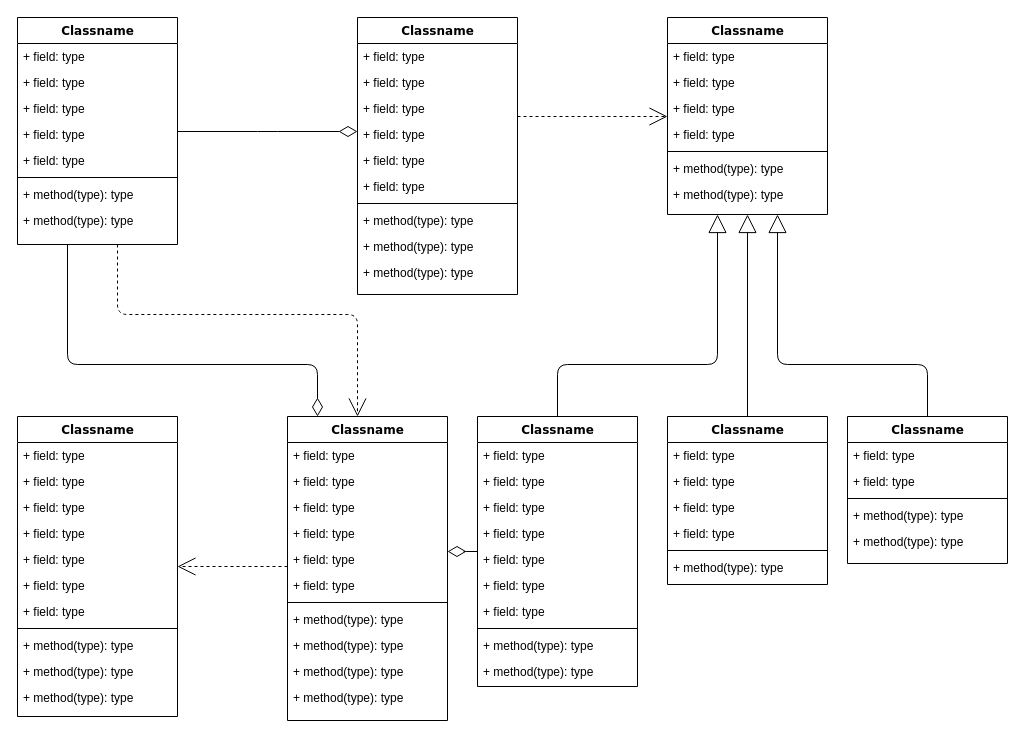
Deboraneves/projeto-thiago keeps this draw.io diagram as Untitled Diagram.drawio. Above is the earlier version. Source tidied: cells renumbered, new cells numbered last; positions are measured from the earlier drawing's top-left corner, leaving out a move shared by most shapes. Both pictures are drawn from the tidied source at 100%, with x=0, y=0 at pixel (17, 17).
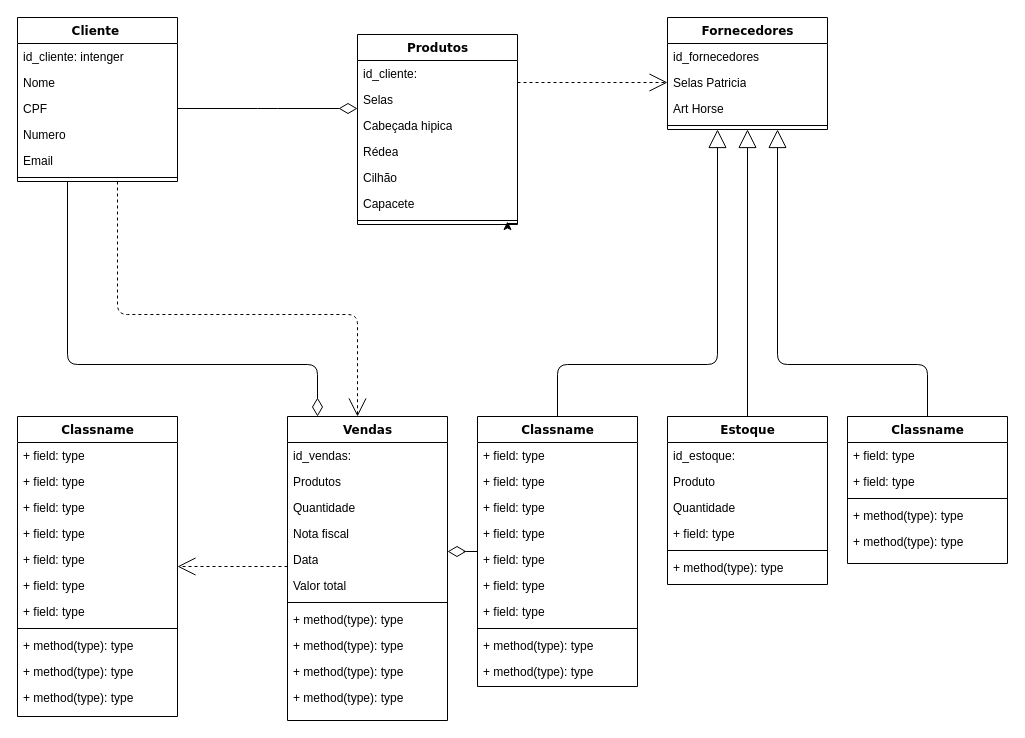
The same page after the edit.

Unchanged cells that the change refers to:
```xml
<mxCell id="21" style="line;html=1;strokeWidth=1;fillColor=none;align=left;verticalAlign=middle;spacingTop=-1;spacingLeft=3;spacingRight=3;labelPosition=right;points=[];portConstraint=eastwest;" parent="14" vertex="1">
  <mxGeometry y="182" width="160" height="8" as="geometry" />
</mxCell>
```

Diff of the diagram source:
```diff
@@
-    <mxCell id="4" value="Classname" style="swimlane;html=1;fontStyle=1;align=center;verticalAlign=top;horizontal=1;startSize=26;swimlaneFillColor=#ffffff;rounded=0;shadow=0;comic=0;labelBackgroundColor=none;strokeWidth=1;fillColor=none;fontFamily=Verdana;fontSize=12;" parent="1" vertex="1">
-      <mxGeometry width="160" height="227" as="geometry" />
+    <mxCell id="4" value="Cliente&amp;nbsp;" style="swimlane;html=1;fontStyle=1;align=center;verticalAlign=top;horizontal=1;startSize=26;swimlaneFillColor=#ffffff;rounded=0;shadow=0;comic=0;labelBackgroundColor=none;strokeWidth=1;fillColor=none;fontFamily=Verdana;fontSize=12;" parent="1" vertex="1">
+      <mxGeometry width="160" height="164" as="geometry" />
     </mxCell>
-    <mxCell id="5" value="+ field: type" style="text;html=1;strokeColor=none;fillColor=none;align=left;verticalAlign=top;spacingLeft=4;spacingRight=4;whiteSpace=wrap;overflow=hidden;" parent="4" vertex="1">
+    <mxCell id="5" value="id_cliente: intenger" style="text;html=1;strokeColor=none;fillColor=none;align=left;verticalAlign=top;spacingLeft=4;spacingRight=4;whiteSpace=wrap;overflow=hidden;" parent="4" vertex="1">
       <mxGeometry y="26" width="160" height="26" as="geometry" />
     </mxCell>
-    <mxCell id="6" value="+ field: type" style="text;html=1;strokeColor=none;fillColor=none;align=left;verticalAlign=top;spacingLeft=4;spacingRight=4;whiteSpace=wrap;overflow=hidden;" parent="4" vertex="1">
+    <mxCell id="6" value="Nome" style="text;html=1;strokeColor=none;fillColor=none;align=left;verticalAlign=top;spacingLeft=4;spacingRight=4;whiteSpace=wrap;overflow=hidden;" parent="4" vertex="1">
       <mxGeometry y="52" width="160" height="26" as="geometry" />
     </mxCell>
-    <mxCell id="7" value="+ field: type" style="text;html=1;strokeColor=none;fillColor=none;align=left;verticalAlign=top;spacingLeft=4;spacingRight=4;whiteSpace=wrap;overflow=hidden;" parent="4" vertex="1">
+    <mxCell id="7" value="CPF" style="text;html=1;strokeColor=none;fillColor=none;align=left;verticalAlign=top;spacingLeft=4;spacingRight=4;whiteSpace=wrap;overflow=hidden;" parent="4" vertex="1">
       <mxGeometry y="78" width="160" height="26" as="geometry" />
     </mxCell>
-    <mxCell id="8" value="+ field: type" style="text;html=1;strokeColor=none;fillColor=none;align=left;verticalAlign=top;spacingLeft=4;spacingRight=4;whiteSpace=wrap;overflow=hidden;" parent="4" vertex="1">
+    <mxCell id="8" value="Numero" style="text;html=1;strokeColor=none;fillColor=none;align=left;verticalAlign=top;spacingLeft=4;spacingRight=4;whiteSpace=wrap;overflow=hidden;" parent="4" vertex="1">
       <mxGeometry y="104" width="160" height="26" as="geometry" />
     </mxCell>
-    <mxCell id="9" value="+ field: type" style="text;html=1;strokeColor=none;fillColor=none;align=left;verticalAlign=top;spacingLeft=4;spacingRight=4;whiteSpace=wrap;overflow=hidden;" parent="4" vertex="1">
+    <mxCell id="9" value="Email" style="text;html=1;strokeColor=none;fillColor=none;align=left;verticalAlign=top;spacingLeft=4;spacingRight=4;whiteSpace=wrap;overflow=hidden;" parent="4" vertex="1">
       <mxGeometry y="130" width="160" height="26" as="geometry" />
     </mxCell>
@@
-    <mxCell id="11" value="+ method(type): type" style="text;html=1;strokeColor=none;fillColor=none;align=left;verticalAlign=top;spacingLeft=4;spacingRight=4;whiteSpace=wrap;overflow=hidden;" parent="4" vertex="1">
-      <mxGeometry y="164" width="160" height="26" as="geometry" />
-    </mxCell>
-    <mxCell id="12" value="+ method(type): type" style="text;html=1;strokeColor=none;fillColor=none;align=left;verticalAlign=top;spacingLeft=4;spacingRight=4;whiteSpace=wrap;overflow=hidden;" parent="4" vertex="1">
-      <mxGeometry y="190" width="160" height="26" as="geometry" />
-    </mxCell>
@@
+    <mxCell id="87" style="edgeStyle=orthogonalEdgeStyle;rounded=0;jettySize=auto;html=1;exitX=0.494;exitY=0.625;exitDx=0;exitDy=0;exitPerimeter=0;" parent="1" edge="1" source="21">
+      <mxGeometry relative="1" as="geometry">
+        <mxPoint x="420" y="197" as="targetPoint" />
+      </mxGeometry>
+    </mxCell>
-    <mxCell id="14" value="Classname" style="swimlane;html=1;fontStyle=1;align=center;verticalAlign=top;horizontal=1;startSize=26;swimlaneFillColor=#ffffff;rounded=0;shadow=0;comic=0;labelBackgroundColor=none;strokeWidth=1;fillColor=none;fontFamily=Verdana;fontSize=12;" parent="1" vertex="1">
-      <mxGeometry x="340" width="160" height="277" as="geometry" />
+    <mxCell id="14" value="Produtos" style="swimlane;html=1;fontStyle=1;align=center;verticalAlign=top;horizontal=1;startSize=26;swimlaneFillColor=#ffffff;rounded=0;shadow=0;comic=0;labelBackgroundColor=none;strokeWidth=1;fillColor=none;fontFamily=Verdana;fontSize=12;" parent="1" vertex="1">
+      <mxGeometry x="340" y="17" width="160" height="190" as="geometry" />
     </mxCell>
-    <mxCell id="15" value="+ field: type" style="text;html=1;strokeColor=none;fillColor=none;align=left;verticalAlign=top;spacingLeft=4;spacingRight=4;whiteSpace=wrap;overflow=hidden;" parent="14" vertex="1">
+    <mxCell id="15" value="id_cliente:&amp;nbsp;" style="text;html=1;strokeColor=none;fillColor=none;align=left;verticalAlign=top;spacingLeft=4;spacingRight=4;whiteSpace=wrap;overflow=hidden;" parent="14" vertex="1">
       <mxGeometry y="26" width="160" height="26" as="geometry" />
     </mxCell>
-    <mxCell id="16" value="+ field: type" style="text;html=1;strokeColor=none;fillColor=none;align=left;verticalAlign=top;spacingLeft=4;spacingRight=4;whiteSpace=wrap;overflow=hidden;" parent="14" vertex="1">
+    <mxCell id="16" value="Selas" style="text;html=1;strokeColor=none;fillColor=none;align=left;verticalAlign=top;spacingLeft=4;spacingRight=4;whiteSpace=wrap;overflow=hidden;" parent="14" vertex="1">
       <mxGeometry y="52" width="160" height="26" as="geometry" />
     </mxCell>
-    <mxCell id="17" value="+ field: type" style="text;html=1;strokeColor=none;fillColor=none;align=left;verticalAlign=top;spacingLeft=4;spacingRight=4;whiteSpace=wrap;overflow=hidden;" parent="14" vertex="1">
+    <mxCell id="17" value="Cabeçada hipica" style="text;html=1;strokeColor=none;fillColor=none;align=left;verticalAlign=top;spacingLeft=4;spacingRight=4;whiteSpace=wrap;overflow=hidden;" parent="14" vertex="1">
       <mxGeometry y="78" width="160" height="26" as="geometry" />
     </mxCell>
-    <mxCell id="18" value="+ field: type" style="text;html=1;strokeColor=none;fillColor=none;align=left;verticalAlign=top;spacingLeft=4;spacingRight=4;whiteSpace=wrap;overflow=hidden;" parent="14" vertex="1">
+    <mxCell id="18" value="Rédea" style="text;html=1;strokeColor=none;fillColor=none;align=left;verticalAlign=top;spacingLeft=4;spacingRight=4;whiteSpace=wrap;overflow=hidden;" parent="14" vertex="1">
       <mxGeometry y="104" width="160" height="26" as="geometry" />
     </mxCell>
-    <mxCell id="19" value="+ field: type" style="text;html=1;strokeColor=none;fillColor=none;align=left;verticalAlign=top;spacingLeft=4;spacingRight=4;whiteSpace=wrap;overflow=hidden;" parent="14" vertex="1">
+    <mxCell id="19" value="Cilhão" style="text;html=1;strokeColor=none;fillColor=none;align=left;verticalAlign=top;spacingLeft=4;spacingRight=4;whiteSpace=wrap;overflow=hidden;" parent="14" vertex="1">
       <mxGeometry y="130" width="160" height="26" as="geometry" />
     </mxCell>
-    <mxCell id="20" value="+ field: type" style="text;html=1;strokeColor=none;fillColor=none;align=left;verticalAlign=top;spacingLeft=4;spacingRight=4;whiteSpace=wrap;overflow=hidden;" parent="14" vertex="1">
+    <mxCell id="20" value="Capacete" style="text;html=1;strokeColor=none;fillColor=none;align=left;verticalAlign=top;spacingLeft=4;spacingRight=4;whiteSpace=wrap;overflow=hidden;" parent="14" vertex="1">
       <mxGeometry y="156" width="160" height="26" as="geometry" />
     </mxCell>
+    <mxCell id="88" style="edgeStyle=orthogonalEdgeStyle;rounded=0;jettySize=auto;html=1;exitX=1;exitY=0.875;exitDx=0;exitDy=0;exitPerimeter=0;" parent="14" edge="1" source="21">
+      <mxGeometry relative="1" as="geometry">
+        <mxPoint x="150" y="187" as="targetPoint" />
+      </mxGeometry>
+    </mxCell>
@@
-    <mxCell id="22" value="+ method(type): type" style="text;html=1;strokeColor=none;fillColor=none;align=left;verticalAlign=top;spacingLeft=4;spacingRight=4;whiteSpace=wrap;overflow=hidden;" parent="14" vertex="1">
-      <mxGeometry y="190" width="160" height="26" as="geometry" />
-    </mxCell>
-    <mxCell id="23" value="+ method(type): type" style="text;html=1;strokeColor=none;fillColor=none;align=left;verticalAlign=top;spacingLeft=4;spacingRight=4;whiteSpace=wrap;overflow=hidden;" parent="14" vertex="1">
-      <mxGeometry y="216" width="160" height="26" as="geometry" />
-    </mxCell>
-    <mxCell id="24" value="+ method(type): type" style="text;html=1;strokeColor=none;fillColor=none;align=left;verticalAlign=top;spacingLeft=4;spacingRight=4;whiteSpace=wrap;overflow=hidden;" parent="14" vertex="1">
-      <mxGeometry y="242" width="160" height="26" as="geometry" />
-    </mxCell>
-    <mxCell id="25" value="Classname" style="swimlane;html=1;fontStyle=1;align=center;verticalAlign=top;horizontal=1;startSize=26;swimlaneFillColor=#ffffff;rounded=0;shadow=0;comic=0;labelBackgroundColor=none;strokeWidth=1;fillColor=none;fontFamily=Verdana;fontSize=12;" parent="1" vertex="1">
-      <mxGeometry x="650" width="160" height="197" as="geometry" />
+    <mxCell id="25" value="Fornecedores" style="swimlane;html=1;fontStyle=1;align=center;verticalAlign=top;horizontal=1;startSize=26;swimlaneFillColor=#ffffff;rounded=0;shadow=0;comic=0;labelBackgroundColor=none;strokeWidth=1;fillColor=none;fontFamily=Verdana;fontSize=12;" parent="1" vertex="1">
+      <mxGeometry x="650" width="160" height="112" as="geometry" />
     </mxCell>
-    <mxCell id="26" value="+ field: type" style="text;html=1;strokeColor=none;fillColor=none;align=left;verticalAlign=top;spacingLeft=4;spacingRight=4;whiteSpace=wrap;overflow=hidden;" parent="25" vertex="1">
+    <mxCell id="26" value="id_fornecedores" style="text;html=1;strokeColor=none;fillColor=none;align=left;verticalAlign=top;spacingLeft=4;spacingRight=4;whiteSpace=wrap;overflow=hidden;" parent="25" vertex="1">
       <mxGeometry y="26" width="160" height="26" as="geometry" />
     </mxCell>
-    <mxCell id="27" value="+ field: type" style="text;html=1;strokeColor=none;fillColor=none;align=left;verticalAlign=top;spacingLeft=4;spacingRight=4;whiteSpace=wrap;overflow=hidden;" parent="25" vertex="1">
+    <mxCell id="27" value="Selas Patricia" style="text;html=1;strokeColor=none;fillColor=none;align=left;verticalAlign=top;spacingLeft=4;spacingRight=4;whiteSpace=wrap;overflow=hidden;" parent="25" vertex="1">
       <mxGeometry y="52" width="160" height="26" as="geometry" />
     </mxCell>
-    <mxCell id="28" value="+ field: type" style="text;html=1;strokeColor=none;fillColor=none;align=left;verticalAlign=top;spacingLeft=4;spacingRight=4;whiteSpace=wrap;overflow=hidden;" parent="25" vertex="1">
+    <mxCell id="28" value="Art Horse&amp;nbsp;" style="text;html=1;strokeColor=none;fillColor=none;align=left;verticalAlign=top;spacingLeft=4;spacingRight=4;whiteSpace=wrap;overflow=hidden;" parent="25" vertex="1">
       <mxGeometry y="78" width="160" height="26" as="geometry" />
     </mxCell>
-    <mxCell id="29" value="+ field: type" style="text;html=1;strokeColor=none;fillColor=none;align=left;verticalAlign=top;spacingLeft=4;spacingRight=4;whiteSpace=wrap;overflow=hidden;" parent="25" vertex="1">
-      <mxGeometry y="104" width="160" height="26" as="geometry" />
-    </mxCell>
     <mxCell id="30" style="line;html=1;strokeWidth=1;fillColor=none;align=left;verticalAlign=middle;spacingTop=-1;spacingLeft=3;spacingRight=3;labelPosition=right;" parent="25" vertex="1">
-      <mxGeometry y="130" width="160" height="8" as="geometry" />
+      <mxGeometry y="104" width="160" height="8" as="geometry" />
     </mxCell>
-    <mxCell id="31" value="+ method(type): type" style="text;html=1;strokeColor=none;fillColor=none;align=left;verticalAlign=top;spacingLeft=4;spacingRight=4;whiteSpace=wrap;overflow=hidden;" parent="25" vertex="1">
-      <mxGeometry y="138" width="160" height="26" as="geometry" />
-    </mxCell>
-    <mxCell id="32" value="+ method(type): type" style="text;html=1;strokeColor=none;fillColor=none;align=left;verticalAlign=top;spacingLeft=4;spacingRight=4;whiteSpace=wrap;overflow=hidden;" parent="25" vertex="1">
-      <mxGeometry y="164" width="160" height="26" as="geometry" />
-    </mxCell>
@@
-    <mxCell id="47" value="Classname" style="swimlane;html=1;fontStyle=1;align=center;verticalAlign=top;horizontal=1;startSize=26;swimlaneFillColor=#ffffff;rounded=0;shadow=0;comic=0;labelBackgroundColor=none;strokeWidth=1;fillColor=none;fontFamily=Verdana;fontSize=12;" parent="1" vertex="1">
+    <mxCell id="47" value="Vendas" style="swimlane;html=1;fontStyle=1;align=center;verticalAlign=top;horizontal=1;startSize=26;swimlaneFillColor=#ffffff;rounded=0;shadow=0;comic=0;labelBackgroundColor=none;strokeWidth=1;fillColor=none;fontFamily=Verdana;fontSize=12;" parent="1" vertex="1">
       <mxGeometry x="270" y="399" width="160" height="304" as="geometry" />
     </mxCell>
-    <mxCell id="48" value="+ field: type" style="text;html=1;strokeColor=none;fillColor=none;align=left;verticalAlign=top;spacingLeft=4;spacingRight=4;whiteSpace=wrap;overflow=hidden;" parent="47" vertex="1">
+    <mxCell id="48" value="id_vendas:&amp;nbsp;" style="text;html=1;strokeColor=none;fillColor=none;align=left;verticalAlign=top;spacingLeft=4;spacingRight=4;whiteSpace=wrap;overflow=hidden;" parent="47" vertex="1">
       <mxGeometry y="26" width="160" height="26" as="geometry" />
     </mxCell>
-    <mxCell id="49" value="+ field: type" style="text;html=1;strokeColor=none;fillColor=none;align=left;verticalAlign=top;spacingLeft=4;spacingRight=4;whiteSpace=wrap;overflow=hidden;" parent="47" vertex="1">
+    <mxCell id="49" value="Produtos" style="text;html=1;strokeColor=none;fillColor=none;align=left;verticalAlign=top;spacingLeft=4;spacingRight=4;whiteSpace=wrap;overflow=hidden;" parent="47" vertex="1">
       <mxGeometry y="52" width="160" height="26" as="geometry" />
     </mxCell>
-    <mxCell id="50" value="+ field: type" style="text;html=1;strokeColor=none;fillColor=none;align=left;verticalAlign=top;spacingLeft=4;spacingRight=4;whiteSpace=wrap;overflow=hidden;" parent="47" vertex="1">
+    <mxCell id="50" value="Quantidade" style="text;html=1;strokeColor=none;fillColor=none;align=left;verticalAlign=top;spacingLeft=4;spacingRight=4;whiteSpace=wrap;overflow=hidden;" parent="47" vertex="1">
       <mxGeometry y="78" width="160" height="26" as="geometry" />
     </mxCell>
-    <mxCell id="51" value="+ field: type" style="text;html=1;strokeColor=none;fillColor=none;align=left;verticalAlign=top;spacingLeft=4;spacingRight=4;whiteSpace=wrap;overflow=hidden;" parent="47" vertex="1">
+    <mxCell id="51" value="Nota fiscal" style="text;html=1;strokeColor=none;fillColor=none;align=left;verticalAlign=top;spacingLeft=4;spacingRight=4;whiteSpace=wrap;overflow=hidden;" parent="47" vertex="1">
       <mxGeometry y="104" width="160" height="26" as="geometry" />
     </mxCell>
-    <mxCell id="52" value="+ field: type" style="text;html=1;strokeColor=none;fillColor=none;align=left;verticalAlign=top;spacingLeft=4;spacingRight=4;whiteSpace=wrap;overflow=hidden;" parent="47" vertex="1">
+    <mxCell id="52" value="Data" style="text;html=1;strokeColor=none;fillColor=none;align=left;verticalAlign=top;spacingLeft=4;spacingRight=4;whiteSpace=wrap;overflow=hidden;" parent="47" vertex="1">
       <mxGeometry y="130" width="160" height="26" as="geometry" />
     </mxCell>
-    <mxCell id="53" value="+ field: type" style="text;html=1;strokeColor=none;fillColor=none;align=left;verticalAlign=top;spacingLeft=4;spacingRight=4;whiteSpace=wrap;overflow=hidden;" parent="47" vertex="1">
+    <mxCell id="53" value="Valor total" style="text;html=1;strokeColor=none;fillColor=none;align=left;verticalAlign=top;spacingLeft=4;spacingRight=4;whiteSpace=wrap;overflow=hidden;" parent="47" vertex="1">
       <mxGeometry y="156" width="160" height="26" as="geometry" />
     </mxCell>
@@
-    <mxCell id="72" value="Classname" style="swimlane;html=1;fontStyle=1;align=center;verticalAlign=top;horizontal=1;startSize=26;swimlaneFillColor=#ffffff;rounded=0;shadow=0;comic=0;labelBackgroundColor=none;strokeWidth=1;fillColor=none;fontFamily=Verdana;fontSize=12;" parent="1" vertex="1">
+    <mxCell id="72" value="Estoque" style="swimlane;html=1;fontStyle=1;align=center;verticalAlign=top;horizontal=1;startSize=26;swimlaneFillColor=#ffffff;rounded=0;shadow=0;comic=0;labelBackgroundColor=none;strokeWidth=1;fillColor=none;fontFamily=Verdana;fontSize=12;" parent="1" vertex="1">
       <mxGeometry x="650" y="399" width="160" height="168" as="geometry" />
     </mxCell>
-    <mxCell id="73" value="+ field: type" style="text;html=1;strokeColor=none;fillColor=none;align=left;verticalAlign=top;spacingLeft=4;spacingRight=4;whiteSpace=wrap;overflow=hidden;" parent="72" vertex="1">
+    <mxCell id="73" value="id_estoque:" style="text;html=1;strokeColor=none;fillColor=none;align=left;verticalAlign=top;spacingLeft=4;spacingRight=4;whiteSpace=wrap;overflow=hidden;" parent="72" vertex="1">
       <mxGeometry y="26" width="160" height="26" as="geometry" />
     </mxCell>
-    <mxCell id="74" value="+ field: type" style="text;html=1;strokeColor=none;fillColor=none;align=left;verticalAlign=top;spacingLeft=4;spacingRight=4;whiteSpace=wrap;overflow=hidden;" parent="72" vertex="1">
+    <mxCell id="74" value="Produto&amp;nbsp;" style="text;html=1;strokeColor=none;fillColor=none;align=left;verticalAlign=top;spacingLeft=4;spacingRight=4;whiteSpace=wrap;overflow=hidden;" parent="72" vertex="1">
       <mxGeometry y="52" width="160" height="26" as="geometry" />
     </mxCell>
-    <mxCell id="75" value="+ field: type" style="text;html=1;strokeColor=none;fillColor=none;align=left;verticalAlign=top;spacingLeft=4;spacingRight=4;whiteSpace=wrap;overflow=hidden;" parent="72" vertex="1">
+    <mxCell id="75" value="Quantidade" style="text;html=1;strokeColor=none;fillColor=none;align=left;verticalAlign=top;spacingLeft=4;spacingRight=4;whiteSpace=wrap;overflow=hidden;" parent="72" vertex="1">
       <mxGeometry y="78" width="160" height="26" as="geometry" />
     </mxCell>
```
